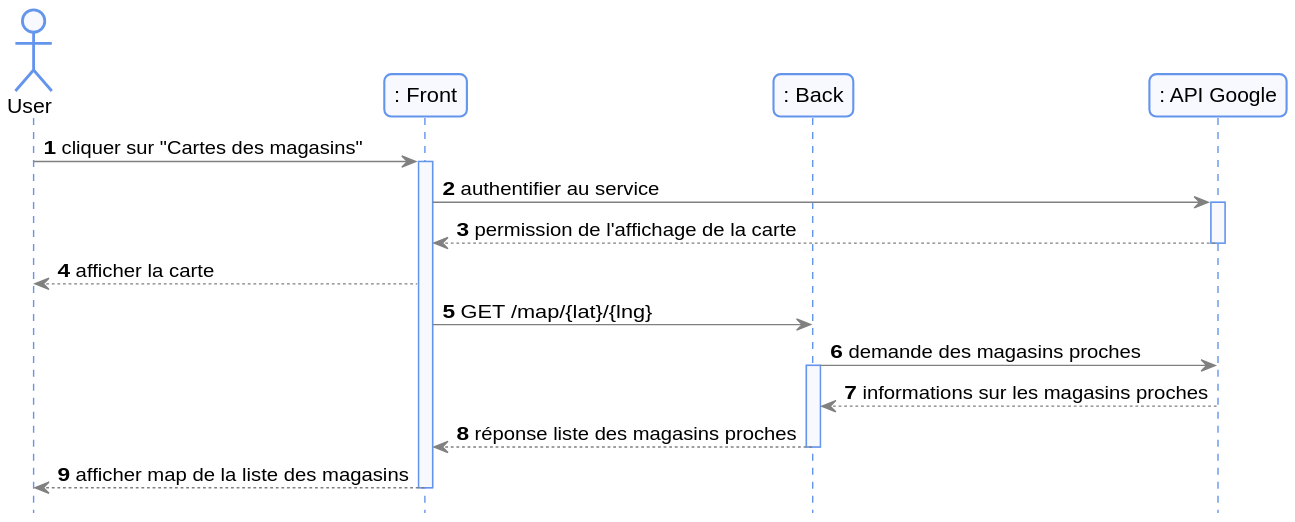
Before: docs/diagram/out/mapSystem.svg, a diagram exported from PlantUML (romainvacheret/wadge-backend).
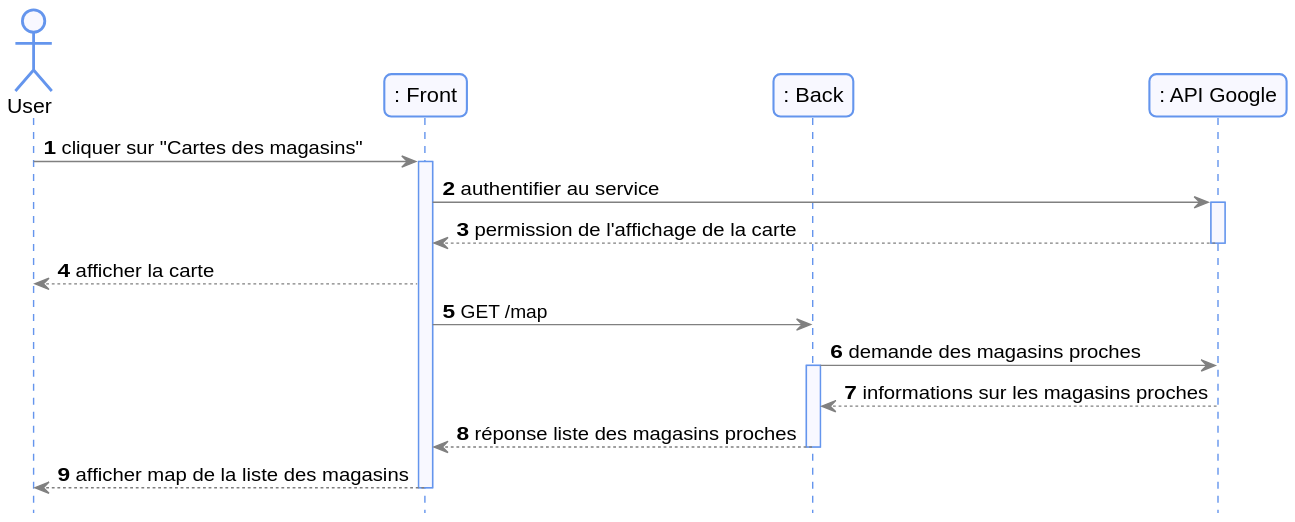
After the commit.

What changed in the source:
```diff
@@ -15,7 +15,7 @@
     deactivate google
     frontend --> User: afficher la carte
 
-    frontend -> backend: GET /map/{lat}/{lng}
+    frontend -> backend: GET /map
     backend -> google: demande des magasins proches
     activate backend
     google --> backend: informations sur les magasins proches
```
